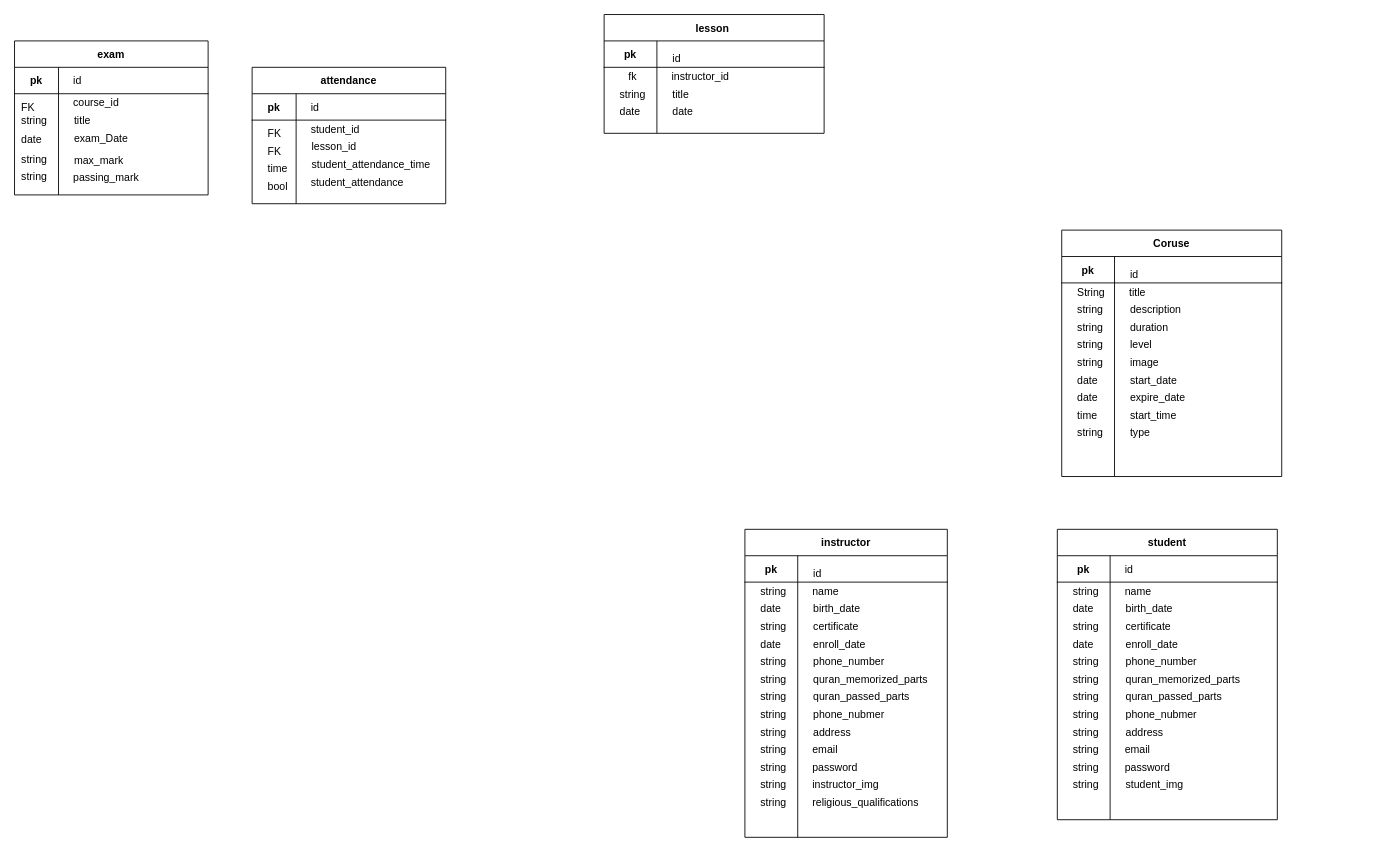
Above: Untitled Diagram.drawio in Moazjawish/quran_course (draw.io), before the change. Source tidied: cells renumbered, new cells numbered last; positions are measured from the earlier drawing's top-left corner, leaving out a move shared by most shapes. Both pictures are drawn from the tidied source at 88%, with x=0, y=0 at pixel (14, 14).
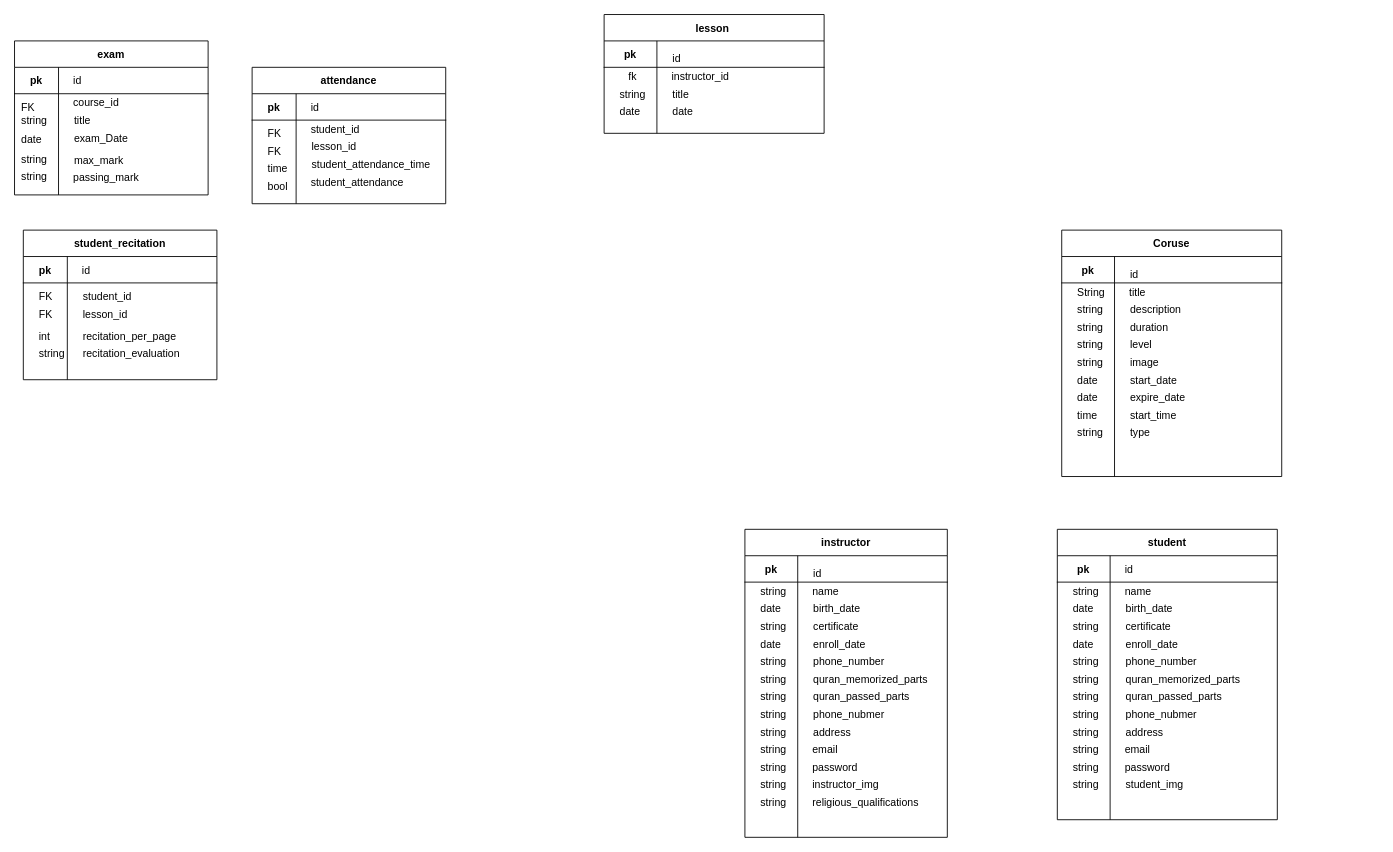
After the change.

The edit, as a diff of the source:
```diff
@@
+    <mxCell id="144" value="student_recitation" style="shape=table;startSize=30;childLayout=tableLayout;rowLines=0;fontStyle=1;align=center;" parent="1" vertex="1">
+      <mxGeometry x="10" y="245" width="220" height="170" as="geometry" />
+    </mxCell>
+    <mxCell id="145" style="shape=partialRectangle;fillColor=none;top=0;left=0;right=0;bottom=1;" parent="144" vertex="1">
+      <mxGeometry y="30" width="220" height="30" as="geometry" />
+    </mxCell>
+    <mxCell id="146" value="pk" style="shape=partialRectangle;overflow=hidden;fillColor=none;top=0;left=0;bottom=0;right=0;fontStyle=1;" parent="145" vertex="1">
+      <mxGeometry width="50" height="30" as="geometry" />
+    </mxCell>
+    <mxCell id="147" style="shape=partialRectangle;overflow=hidden;fillColor=none;top=0;left=0;bottom=0;right=0;align=left;spacingLeft=6;fontStyle=5;" parent="145" vertex="1">
+      <mxGeometry x="50" width="170" height="30" as="geometry" />
+    </mxCell>
+    <mxCell id="148" style="shape=partialRectangle;fillColor=none;top=0;left=0;right=0;bottom=0;" parent="144" vertex="1">
+      <mxGeometry y="60" width="220" height="110" as="geometry" />
+    </mxCell>
+    <mxCell id="149" style="shape=partialRectangle;overflow=hidden;fillColor=none;top=0;left=0;bottom=0;right=0;" parent="148" vertex="1">
+      <mxGeometry width="50" height="110" as="geometry" />
+    </mxCell>
+    <mxCell id="150" style="shape=partialRectangle;overflow=hidden;fillColor=none;top=0;left=0;bottom=0;right=0;align=left;spacingLeft=6;" parent="148" vertex="1">
+      <mxGeometry x="50" width="170" height="110" as="geometry" />
+    </mxCell>
+    <mxCell id="151" value="id" style="shape=partialRectangle;overflow=hidden;fillColor=none;top=0;left=0;bottom=0;right=0;align=left;spacingLeft=6;" parent="1" vertex="1">
+      <mxGeometry x="69" y="280" width="190" height="20" as="geometry" />
+    </mxCell>
+    <mxCell id="152" value="student_id" style="shape=partialRectangle;overflow=hidden;fillColor=none;top=0;left=0;bottom=0;right=0;align=left;spacingLeft=6;" parent="1" vertex="1">
+      <mxGeometry x="70" y="310" width="190" height="20" as="geometry" />
+    </mxCell>
+    <mxCell id="153" value="lesson_id" style="shape=partialRectangle;overflow=hidden;fillColor=none;top=0;left=0;bottom=0;right=0;align=left;spacingLeft=6;" parent="1" vertex="1">
+      <mxGeometry x="70" y="330" width="190" height="20" as="geometry" />
+    </mxCell>
+    <mxCell id="154" value="recitation_per_page" style="shape=partialRectangle;overflow=hidden;fillColor=none;top=0;left=0;bottom=0;right=0;align=left;spacingLeft=6;" parent="1" vertex="1">
+      <mxGeometry x="70" y="355" width="190" height="20" as="geometry" />
+    </mxCell>
+    <mxCell id="155" value="recitation_evaluation" style="shape=partialRectangle;overflow=hidden;fillColor=none;top=0;left=0;bottom=0;right=0;align=left;spacingLeft=6;" parent="1" vertex="1">
+      <mxGeometry x="70" y="375" width="190" height="20" as="geometry" />
+    </mxCell>
+    <mxCell id="156" value="FK" style="shape=partialRectangle;overflow=hidden;fillColor=none;top=0;left=0;bottom=0;right=0;align=left;spacingLeft=6;" parent="1" vertex="1">
+      <mxGeometry x="20" y="310" width="190" height="20" as="geometry" />
+    </mxCell>
+    <mxCell id="157" value="FK" style="shape=partialRectangle;overflow=hidden;fillColor=none;top=0;left=0;bottom=0;right=0;align=left;spacingLeft=6;" parent="1" vertex="1">
+      <mxGeometry x="20" y="330" width="190" height="20" as="geometry" />
+    </mxCell>
+    <mxCell id="158" value="int" style="shape=partialRectangle;overflow=hidden;fillColor=none;top=0;left=0;bottom=0;right=0;align=left;spacingLeft=6;" parent="1" vertex="1">
+      <mxGeometry x="20" y="355" width="190" height="20" as="geometry" />
+    </mxCell>
+    <mxCell id="159" value="string" style="shape=partialRectangle;overflow=hidden;fillColor=none;top=0;left=0;bottom=0;right=0;align=left;spacingLeft=6;" parent="1" vertex="1">
+      <mxGeometry x="20" y="375" width="190" height="20" as="geometry" />
+    </mxCell>
```
